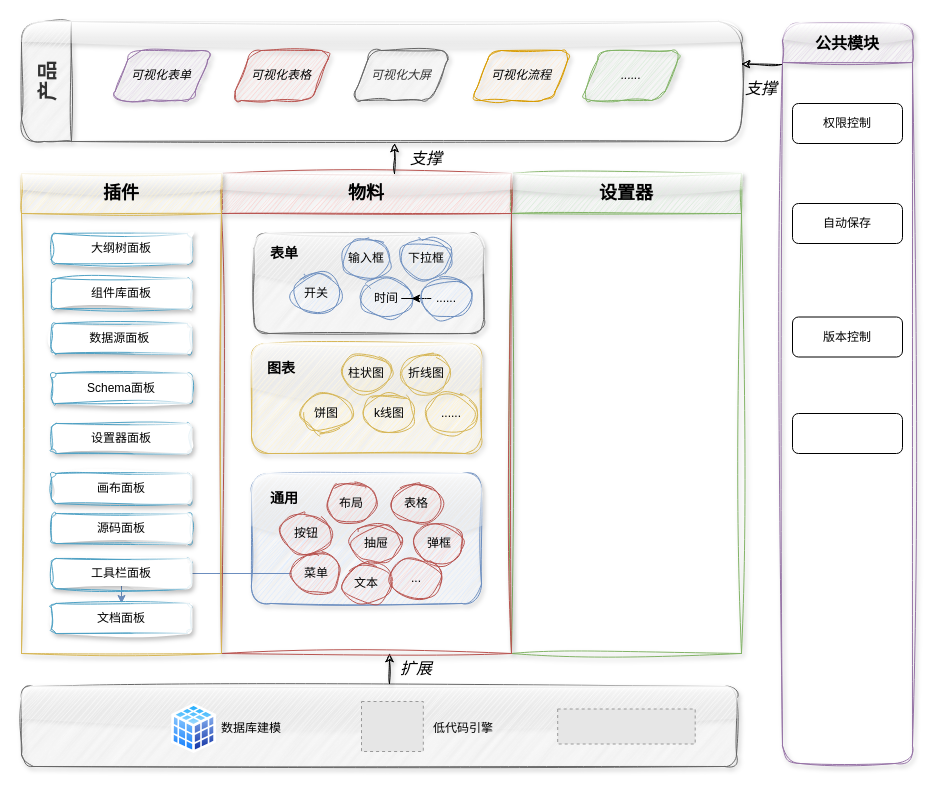
Above: 可视化架构图.drawio in tangyaosimida/love (draw.io), before the change. Source tidied: cells renumbered, new cells numbered last; positions are measured from the earlier drawing's top-left corner, leaving out a move shared by most shapes. Both pictures are drawn from the tidied source at 100%, with x=0, y=0 at pixel (21, 21). Pictures stored in the file or linked from it are replaced by grey dashed boxes.
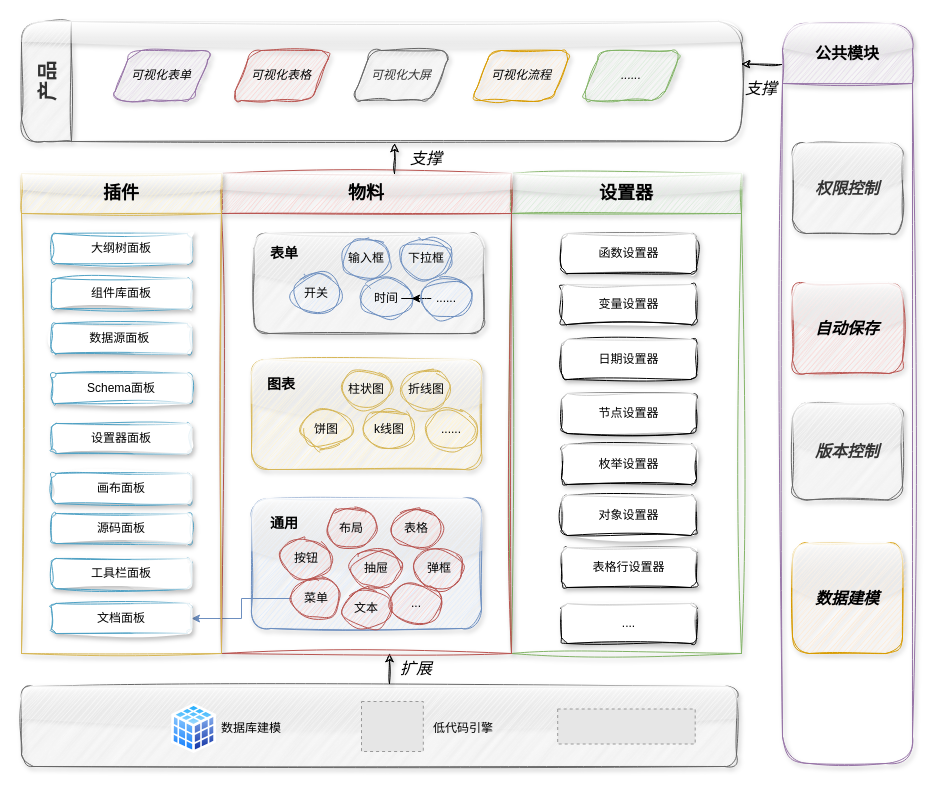
After the change.

Commit message (it also covers changes not shown here):
更新可视化架构图.drawio

Unchanged cells that the change refers to:
```xml
<mxCell id="37" value="设置器" style="swimlane;whiteSpace=wrap;html=1;startSize=40;fontSize=18;rounded=0;sketch=1;curveFitting=1;jiggle=2;shadow=1;glass=1;fillColor=#d5e8d4;strokeColor=#82b366;" parent="1" vertex="1">
  <mxGeometry x="490" y="152" width="230" height="480" as="geometry" />
</mxCell>
<mxCell id="38" value="物料" style="swimlane;whiteSpace=wrap;html=1;startSize=40;fontSize=18;sketch=1;curveFitting=1;jiggle=2;shadow=1;glass=1;fillColor=#f8cecc;strokeColor=#b85450;" parent="1" vertex="1">
  <mxGeometry x="200" y="152" width="290" height="480" as="geometry" />
</mxCell>
```

The edit, as a diff of the source:
```diff
@@
     <mxCell id="4" style="rounded=1;whiteSpace=wrap;html=1;shadow=1;sketch=1;curveFitting=1;jiggle=2;glass=1;fillColor=#fff2cc;strokeColor=#d6b656;" parent="1" vertex="1">
-      <mxGeometry x="230" y="322" width="230" height="110" as="geometry" />
+      <mxGeometry x="230" y="338" width="230" height="110" as="geometry" />
     </mxCell>
     <mxCell id="5" style="rounded=1;whiteSpace=wrap;html=1;shadow=1;sketch=1;curveFitting=1;jiggle=2;glass=1;fillColor=#dae8fc;strokeColor=#6c8ebf;" parent="1" vertex="1">
-      <mxGeometry x="230" y="452" width="230" height="130" as="geometry" />
+      <mxGeometry x="230" y="477" width="230" height="130" as="geometry" />
     </mxCell>
@@
     <mxCell id="7" value="柱状图" style="ellipse;whiteSpace=wrap;html=1;shadow=0;sketch=1;curveFitting=1;jiggle=2;fillColor=#fff2cc;strokeColor=#d6b656;" parent="1" vertex="1">
-      <mxGeometry x="320" y="332" width="50" height="40" as="geometry" />
+      <mxGeometry x="320" y="348" width="50" height="40" as="geometry" />
     </mxCell>
     <mxCell id="8" value="折线图" style="ellipse;whiteSpace=wrap;html=1;shadow=0;sketch=1;curveFitting=1;jiggle=2;fillColor=#fff2cc;strokeColor=#d6b656;" parent="1" vertex="1">
-      <mxGeometry x="380" y="332" width="50" height="40" as="geometry" />
+      <mxGeometry x="380" y="348" width="50" height="40" as="geometry" />
     </mxCell>
     <mxCell id="9" value="饼图" style="ellipse;whiteSpace=wrap;html=1;direction=west;shadow=0;sketch=1;curveFitting=1;jiggle=2;fillColor=#fff2cc;strokeColor=#d6b656;" parent="1" vertex="1">
-      <mxGeometry x="280" y="372" width="50" height="40" as="geometry" />
+      <mxGeometry x="280" y="388" width="50" height="40" as="geometry" />
     </mxCell>
     <mxCell id="10" value="k线图" style="ellipse;whiteSpace=wrap;html=1;shadow=0;sketch=1;curveFitting=1;jiggle=2;fillColor=#fff2cc;strokeColor=#d6b656;" parent="1" vertex="1">
-      <mxGeometry x="342.5" y="372" width="50" height="40" as="geometry" />
+      <mxGeometry x="342.5" y="388" width="50" height="40" as="geometry" />
     </mxCell>
     <mxCell id="11" value="......" style="ellipse;whiteSpace=wrap;html=1;shadow=0;sketch=1;curveFitting=1;jiggle=2;fillColor=#fff2cc;strokeColor=#d6b656;" parent="1" vertex="1">
-      <mxGeometry x="405" y="372" width="50" height="40" as="geometry" />
+      <mxGeometry x="405" y="388" width="50" height="40" as="geometry" />
     </mxCell>
@@
     <mxCell id="18" value="表格" style="ellipse;whiteSpace=wrap;html=1;shadow=0;sketch=1;curveFitting=1;jiggle=2;fillColor=#f8cecc;strokeColor=#b85450;" parent="1" vertex="1">
-      <mxGeometry x="370" y="462" width="50" height="40" as="geometry" />
+      <mxGeometry x="370" y="487" width="50" height="40" as="geometry" />
     </mxCell>
     <mxCell id="19" value="按钮" style="ellipse;whiteSpace=wrap;html=1;shadow=0;sketch=1;curveFitting=1;jiggle=2;fillColor=#f8cecc;strokeColor=#b85450;" parent="1" vertex="1">
-      <mxGeometry x="260" y="492" width="50" height="40" as="geometry" />
+      <mxGeometry x="260" y="517" width="50" height="40" as="geometry" />
     </mxCell>
     <mxCell id="20" value="抽屉" style="ellipse;whiteSpace=wrap;html=1;shadow=0;sketch=1;curveFitting=1;jiggle=2;fillColor=#f8cecc;strokeColor=#b85450;" parent="1" vertex="1">
-      <mxGeometry x="330" y="502" width="50" height="40" as="geometry" />
+      <mxGeometry x="330" y="527" width="50" height="40" as="geometry" />
     </mxCell>
     <mxCell id="21" value="弹框" style="ellipse;whiteSpace=wrap;html=1;shadow=0;sketch=1;curveFitting=1;jiggle=2;fillColor=#f8cecc;strokeColor=#b85450;" parent="1" vertex="1">
-      <mxGeometry x="392.5" y="502" width="50" height="40" as="geometry" />
+      <mxGeometry x="392.5" y="527" width="50" height="40" as="geometry" />
     </mxCell>
@@
     <mxCell id="23" value="菜单" style="ellipse;whiteSpace=wrap;html=1;shadow=0;sketch=1;curveFitting=1;jiggle=2;fillColor=#f8cecc;strokeColor=#b85450;" parent="1" vertex="1">
-      <mxGeometry x="270" y="532" width="50" height="40" as="geometry" />
+      <mxGeometry x="270" y="557" width="50" height="40" as="geometry" />
     </mxCell>
     <mxCell id="24" value="文本" style="ellipse;whiteSpace=wrap;html=1;shadow=0;sketch=1;curveFitting=1;jiggle=2;fillColor=#f8cecc;strokeColor=#b85450;" parent="1" vertex="1">
-      <mxGeometry x="320" y="542" width="50" height="40" as="geometry" />
+      <mxGeometry x="320" y="567" width="50" height="40" as="geometry" />
     </mxCell>
     <mxCell id="25" value="通用" style="text;html=1;strokeColor=none;fillColor=none;align=center;verticalAlign=middle;whiteSpace=wrap;rounded=0;shadow=1;sketch=1;curveFitting=1;jiggle=2;fontStyle=1;fontSize=14;" parent="1" vertex="1">
-      <mxGeometry x="232.5" y="462" width="60" height="30" as="geometry" />
+      <mxGeometry x="232.5" y="487" width="60" height="30" as="geometry" />
     </mxCell>
     <mxCell id="26" value="布局" style="ellipse;whiteSpace=wrap;html=1;shadow=0;sketch=1;curveFitting=1;jiggle=2;fillColor=#f8cecc;strokeColor=#b85450;" parent="1" vertex="1">
-      <mxGeometry x="304.5" y="462" width="50" height="40" as="geometry" />
+      <mxGeometry x="304.5" y="487" width="50" height="40" as="geometry" />
     </mxCell>
@@
     <mxCell id="35" value="..." style="ellipse;whiteSpace=wrap;html=1;shadow=0;sketch=1;curveFitting=1;jiggle=2;fillColor=#f8cecc;strokeColor=#b85450;" parent="1" vertex="1">
-      <mxGeometry x="370" y="537" width="50" height="40" as="geometry" />
+      <mxGeometry x="370" y="562" width="50" height="40" as="geometry" />
     </mxCell>
@@
+    <mxCell id="63" value="函数设置器" style="rounded=1;whiteSpace=wrap;html=1;shadow=1;sketch=1;curveFitting=1;jiggle=2;glass=1;" parent="37" vertex="1">
+      <mxGeometry x="50" y="60" width="135" height="40" as="geometry" />
+    </mxCell>
+    <mxCell id="64" value="...." style="rounded=1;whiteSpace=wrap;html=1;shadow=1;sketch=1;curveFitting=1;jiggle=2;glass=1;" parent="37" vertex="1">
+      <mxGeometry x="50" y="430" width="135" height="40" as="geometry" />
+    </mxCell>
+    <mxCell id="65" value="表格行设置器" style="rounded=1;whiteSpace=wrap;html=1;shadow=1;sketch=1;curveFitting=1;jiggle=2;glass=1;" parent="37" vertex="1">
+      <mxGeometry x="50" y="374" width="135" height="40" as="geometry" />
+    </mxCell>
+    <mxCell id="66" value="对象设置器" style="rounded=1;whiteSpace=wrap;html=1;shadow=1;sketch=1;curveFitting=1;jiggle=2;glass=1;" parent="37" vertex="1">
+      <mxGeometry x="50" y="322" width="135" height="40" as="geometry" />
+    </mxCell>
+    <mxCell id="67" value="枚举设置器" style="rounded=1;whiteSpace=wrap;html=1;shadow=1;sketch=1;curveFitting=1;jiggle=2;glass=1;" parent="37" vertex="1">
+      <mxGeometry x="50" y="271" width="135" height="40" as="geometry" />
+    </mxCell>
+    <mxCell id="68" value="节点设置器" style="rounded=1;whiteSpace=wrap;html=1;shadow=1;sketch=1;curveFitting=1;jiggle=2;glass=1;" parent="37" vertex="1">
+      <mxGeometry x="50" y="220" width="135" height="40" as="geometry" />
+    </mxCell>
+    <mxCell id="69" value="日期设置器" style="rounded=1;whiteSpace=wrap;html=1;shadow=1;sketch=1;curveFitting=1;jiggle=2;glass=1;" parent="37" vertex="1">
+      <mxGeometry x="50" y="166" width="135" height="40" as="geometry" />
+    </mxCell>
+    <mxCell id="70" value="变量设置器" style="rounded=1;whiteSpace=wrap;html=1;shadow=1;sketch=1;curveFitting=1;jiggle=2;glass=1;" parent="37" vertex="1">
+      <mxGeometry x="50" y="111" width="135" height="40" as="geometry" />
+    </mxCell>
+    <mxCell id="71" style="edgeStyle=orthogonalEdgeStyle;rounded=0;orthogonalLoop=1;jettySize=auto;html=1;exitX=0.5;exitY=1;exitDx=0;exitDy=0;shadow=1;sketch=1;curveFitting=1;jiggle=2;" parent="37" edge="1" source="68" target="68">
+      <mxGeometry relative="1" as="geometry" />
+    </mxCell>
@@
     <mxCell id="39" value="图表" style="text;html=1;strokeColor=none;fillColor=none;align=center;verticalAlign=middle;whiteSpace=wrap;rounded=0;shadow=1;sketch=1;curveFitting=1;jiggle=2;fontStyle=1;fontSize=14;" parent="38" vertex="1">
-      <mxGeometry x="30" y="180" width="60" height="30" as="geometry" />
+      <mxGeometry x="30" y="196" width="60" height="30" as="geometry" />
     </mxCell>
@@
-    <mxCell id="56" value="公共模块" style="swimlane;whiteSpace=wrap;html=1;startSize=39;fillColor=#e1d5e7;strokeColor=#9673a6;glass=1;sketch=1;curveFitting=1;jiggle=2;shadow=1;rounded=1;arcSize=15;fontSize=16;fontStyle=1;" parent="1" vertex="1">
+    <mxCell id="56" value="公共模块" style="swimlane;whiteSpace=wrap;html=1;startSize=60;fillColor=#e1d5e7;strokeColor=#9673a6;glass=1;sketch=1;curveFitting=1;jiggle=2;shadow=1;rounded=1;arcSize=15;fontSize=16;fontStyle=1;" parent="1" vertex="1">
       <mxGeometry x="761" y="2" width="130" height="740" as="geometry" />
     </mxCell>
-    <mxCell id="57" value="权限控制" style="rounded=1;whiteSpace=wrap;html=1;" parent="56" vertex="1">
-      <mxGeometry x="10" y="80" width="110" height="40" as="geometry" />
+    <mxCell id="57" value="权限控制" style="rounded=1;whiteSpace=wrap;html=1;fontStyle=3;sketch=1;curveFitting=1;jiggle=2;shadow=1;glass=1;fontSize=16;fillColor=#f5f5f5;fontColor=#333333;strokeColor=#666666;" parent="56" vertex="1">
+      <mxGeometry x="10" y="120" width="110" height="90" as="geometry" />
     </mxCell>
-    <mxCell id="58" value="自动保存" style="rounded=1;whiteSpace=wrap;html=1;" parent="56" vertex="1">
-      <mxGeometry x="10" y="180" width="110" height="40" as="geometry" />
+    <mxCell id="58" value="自动保存" style="rounded=1;whiteSpace=wrap;html=1;sketch=1;curveFitting=1;jiggle=2;shadow=1;glass=1;fontSize=16;fontStyle=3;fillColor=#f8cecc;strokeColor=#b85450;" parent="56" vertex="1">
+      <mxGeometry x="10" y="260" width="110" height="90" as="geometry" />
     </mxCell>
-    <mxCell id="59" style="rounded=1;whiteSpace=wrap;html=1;" parent="56" vertex="1">
-      <mxGeometry x="10" y="390" width="110" height="40" as="geometry" />
+    <mxCell id="59" value="数据建模" style="rounded=1;whiteSpace=wrap;html=1;sketch=1;curveFitting=1;jiggle=2;shadow=1;glass=1;fontSize=16;fontStyle=3;fillColor=#ffe6cc;strokeColor=#d79b00;" parent="56" vertex="1">
+      <mxGeometry x="10" y="520" width="110" height="110" as="geometry" />
     </mxCell>
-    <mxCell id="60" value="版本控制" style="rounded=1;whiteSpace=wrap;html=1;" parent="56" vertex="1">
-      <mxGeometry x="10" y="293.5" width="110" height="40" as="geometry" />
+    <mxCell id="60" value="版本控制" style="rounded=1;whiteSpace=wrap;html=1;sketch=1;curveFitting=1;jiggle=2;shadow=1;glass=1;fontSize=16;fontStyle=3;fillColor=#f5f5f5;fontColor=#333333;strokeColor=#666666;" parent="56" vertex="1">
+      <mxGeometry x="10" y="380" width="110" height="96.5" as="geometry" />
     </mxCell>
```
